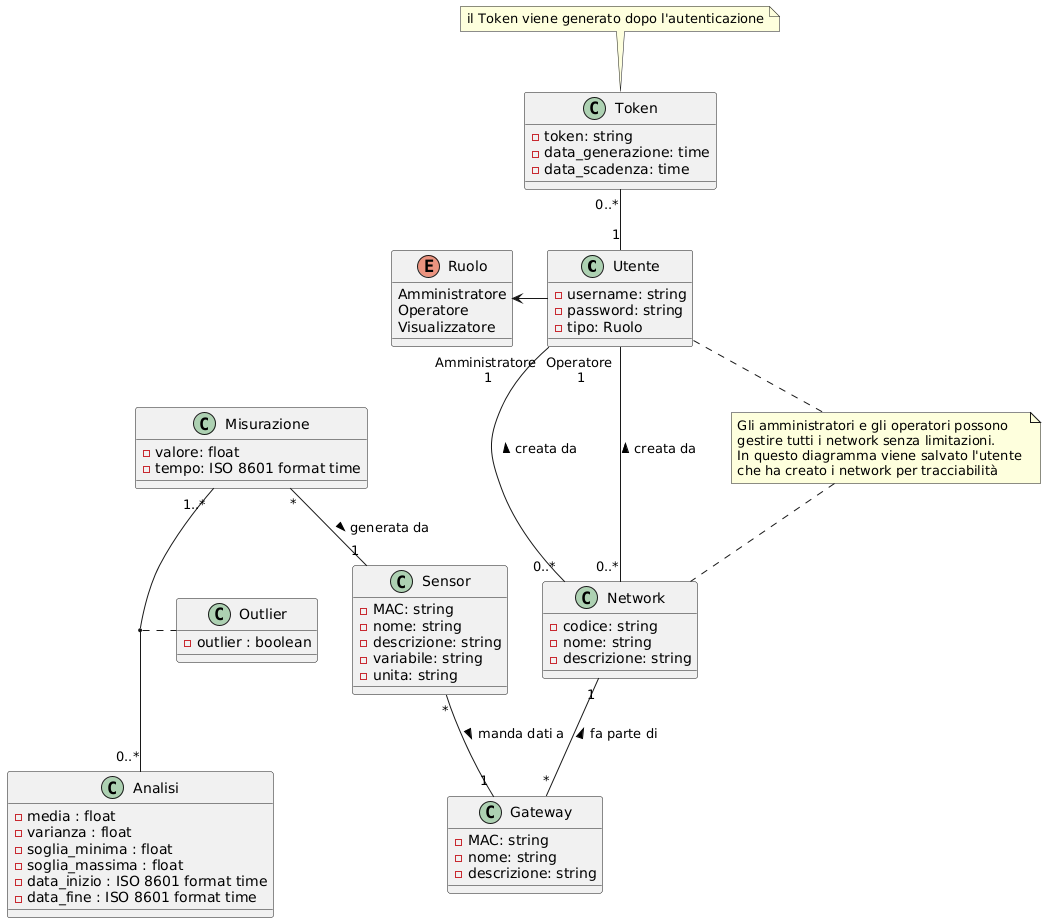
Above: risorse/class-diagram.png in KleZeqaj/GeoControl (PlantUML), before the change.
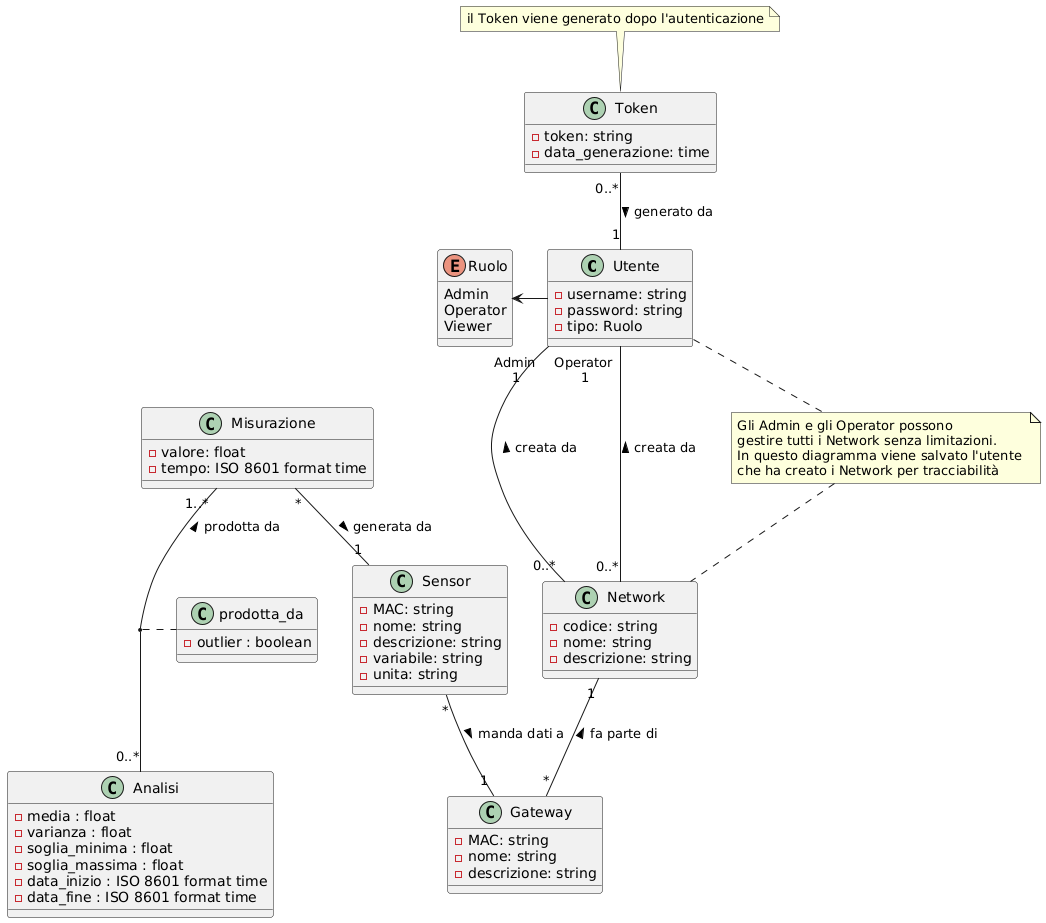
The same file after the commit.

Commit message:
[req]: Aggiornato class-diagram

Diff of the diagram source:
```diff
@@ -6,15 +6,14 @@
 }
 
 enum Ruolo{
-Amministratore
-Operatore
-Visualizzatore
+Admin
+Operator
+Viewer
 }
 
 class Token {
   - token: string
   - data_generazione: time
-  - data_scadenza: time
 }
 
 note top of Token : il Token viene generato dopo l'autenticazione
@@ -55,22 +54,22 @@
 
 }
 
-class Outlier {
+class prodotta_da {
   - outlier : boolean
 }
 
 
-note "Gli amministratori e gli operatori possono \ngestire tutti i network senza limitazioni. \nIn questo diagramma viene salvato l'utente \nche ha creato i network per tracciabilità" as N1
+note "Gli Admin e gli Operator possono \ngestire tutti i Network senza limitazioni. \nIn questo diagramma viene salvato l'utente \nche ha creato i Network per tracciabilità" as N1
 
-Token "0..*" -- "1" Utente
-Utente "Amministratore \n1" -- "0..*" Network : creata da <
-Utente "Operatore \n1" -- "0..*" Network : creata da <
+Token "0..*" -- "1" Utente : generato da >
+Utente "Admin \n1" -- "0..*" Network : creata da <
+Utente "Operator \n1" -- "0..*" Network : creata da <
 Network "1" -- "*" Gateway : fa parte di <
 Sensor "*" -- "1" Gateway : manda dati a >
 Misurazione "*" -- "1" Sensor : generata da >
 Ruolo <- Utente
-Misurazione "1..*" -- "0..*" Analisi
-(Analisi, Misurazione) .. Outlier
+Misurazione "1..*" -- "0..*" Analisi : prodotta da <
+(Analisi, Misurazione) .. prodotta_da
 Utente .. N1
 N1 .. Network
 @enduml
```
